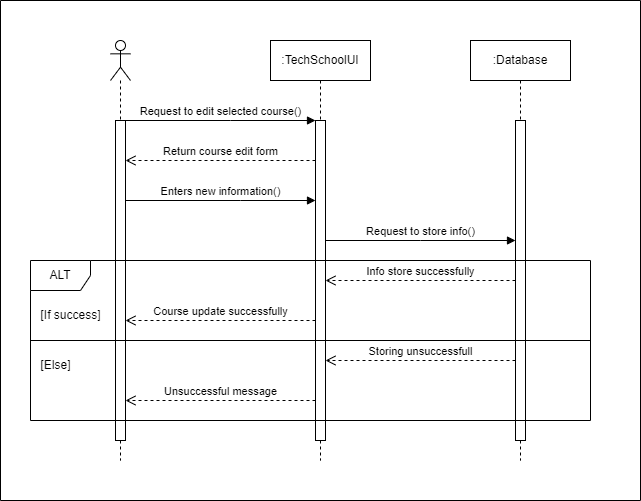
This is Materials/Sequence Diagrams/SD_Edit Course.png from iprosenjitp/Tech-School, a draw.io export, as it was before one commit. Source tidied: cells renumbered, new cells last; positions are measured from the earlier drawing's top-left corner, leaving out a move shared by most shapes. Source of this version:
```xml
<mxGraphModel background="#ffffff">
  <root>
    <mxCell id="0" />
    <mxCell id="1" parent="0" />
    <mxCell id="2" style="shape=umlLifeline;perimeter=lifelinePerimeter;whiteSpace=wrap;html=1;newEdgeStyle={&quot;curved&quot;:0,&quot;rounded&quot;:0};participant=umlActor;" parent="1" vertex="1">
      <mxGeometry x="110" y="40" width="20" height="420" as="geometry" />
    </mxCell>
    <mxCell id="3" style="html=1;points=[[0,0,0,0,5],[0,1,0,0,-5],[1,0,0,0,5],[1,1,0,0,-5]];perimeter=orthogonalPerimeter;outlineConnect=0;targetShapes=umlLifeline;portConstraint=eastwest;newEdgeStyle={&quot;curved&quot;:0,&quot;rounded&quot;:0};" parent="2" vertex="1">
      <mxGeometry x="5" y="80" width="10" height="320" as="geometry" />
    </mxCell>
    <mxCell id="4" value=":TechSchoolUI" style="shape=umlLifeline;perimeter=lifelinePerimeter;whiteSpace=wrap;html=1;newEdgeStyle={&quot;curved&quot;:0,&quot;rounded&quot;:0};" parent="1" vertex="1">
      <mxGeometry x="270" y="40" width="100" height="420" as="geometry" />
    </mxCell>
    <mxCell id="5" style="html=1;points=[[0,0,0,0,5],[0,1,0,0,-5],[1,0,0,0,5],[1,1,0,0,-5]];perimeter=orthogonalPerimeter;outlineConnect=0;targetShapes=umlLifeline;portConstraint=eastwest;newEdgeStyle={&quot;curved&quot;:0,&quot;rounded&quot;:0};" parent="4" vertex="1">
      <mxGeometry x="45" y="80" width="10" height="320" as="geometry" />
    </mxCell>
    <mxCell id="6" value=":Database" style="shape=umlLifeline;perimeter=lifelinePerimeter;whiteSpace=wrap;html=1;newEdgeStyle={&quot;curved&quot;:0,&quot;rounded&quot;:0};" parent="1" vertex="1">
      <mxGeometry x="470" y="40" width="100" height="420" as="geometry" />
    </mxCell>
    <mxCell id="7" style="html=1;points=[[0,0,0,0,5],[0,1,0,0,-5],[1,0,0,0,5],[1,1,0,0,-5]];perimeter=orthogonalPerimeter;outlineConnect=0;targetShapes=umlLifeline;portConstraint=eastwest;newEdgeStyle={&quot;curved&quot;:0,&quot;rounded&quot;:0};" parent="6" vertex="1">
      <mxGeometry x="45" y="80" width="10" height="320" as="geometry" />
    </mxCell>
    <mxCell id="8" value="Request to edit selected course()" style="html=1;verticalAlign=bottom;endArrow=block;curved=0;rounded=0;" parent="1" edge="1" source="3" target="5">
      <mxGeometry relative="1" as="geometry">
        <Array as="points">
          <mxPoint x="230" y="120" />
        </Array>
      </mxGeometry>
    </mxCell>
    <mxCell id="9" value="Return course edit form" style="html=1;verticalAlign=bottom;endArrow=open;dashed=1;endSize=8;curved=0;rounded=0;" parent="1" edge="1" source="5" target="3">
      <mxGeometry relative="1" as="geometry">
        <Array as="points">
          <mxPoint x="220" y="160" />
        </Array>
      </mxGeometry>
    </mxCell>
    <mxCell id="10" value="Enters new information()" style="html=1;verticalAlign=bottom;endArrow=block;curved=0;rounded=0;" parent="1" edge="1" source="3" target="5">
      <mxGeometry relative="1" as="geometry">
        <Array as="points">
          <mxPoint x="240" y="200" />
        </Array>
      </mxGeometry>
    </mxCell>
    <mxCell id="11" value="Request to store info()" style="html=1;verticalAlign=bottom;endArrow=block;curved=0;rounded=0;" parent="1" edge="1" source="5" target="7">
      <mxGeometry relative="1" as="geometry">
        <Array as="points">
          <mxPoint x="420" y="240" />
        </Array>
      </mxGeometry>
    </mxCell>
    <mxCell id="12" value="ALT" style="shape=umlFrame;whiteSpace=wrap;html=1;" parent="1" vertex="1">
      <mxGeometry x="30" y="260" width="560" height="160" as="geometry" />
    </mxCell>
    <mxCell id="13" value="Info store successfully" style="html=1;verticalAlign=bottom;endArrow=open;dashed=1;endSize=8;curved=0;rounded=0;" parent="1" edge="1" source="7" target="5">
      <mxGeometry relative="1" as="geometry">
        <Array as="points">
          <mxPoint x="420" y="280" />
        </Array>
      </mxGeometry>
    </mxCell>
    <mxCell id="14" value="Course update successfully" style="html=1;verticalAlign=bottom;endArrow=open;dashed=1;endSize=8;curved=0;rounded=0;" parent="1" edge="1" source="5" target="3">
      <mxGeometry relative="1" as="geometry">
        <Array as="points">
          <mxPoint x="220" y="320" />
        </Array>
      </mxGeometry>
    </mxCell>
    <mxCell id="15" value="Storing unsuccessfull" style="html=1;verticalAlign=bottom;endArrow=open;dashed=1;endSize=8;curved=0;rounded=0;" parent="1" edge="1">
      <mxGeometry relative="1" as="geometry">
        <mxPoint x="515" y="360" as="sourcePoint" />
        <mxPoint x="325" y="360" as="targetPoint" />
      </mxGeometry>
    </mxCell>
    <mxCell id="16" value="Unsuccessful message" style="html=1;verticalAlign=bottom;endArrow=open;dashed=1;endSize=8;curved=0;rounded=0;" parent="1" edge="1" source="5" target="3">
      <mxGeometry relative="1" as="geometry">
        <Array as="points">
          <mxPoint x="220" y="400" />
        </Array>
      </mxGeometry>
    </mxCell>
    <mxCell id="17" style="swimlane;startSize=0;" parent="1" vertex="1">
      <mxGeometry width="640" height="500" as="geometry" />
    </mxCell>
    <mxCell id="18" value="[If success]" style="text;html=1;align=center;verticalAlign=middle;strokeColor=none;fillColor=none;" parent="17" vertex="1">
      <mxGeometry x="30" y="300" width="80" height="30" as="geometry" />
    </mxCell>
    <mxCell id="19" value="[Else]" style="text;html=1;align=center;verticalAlign=middle;strokeColor=none;fillColor=none;" parent="17" vertex="1">
      <mxGeometry x="30" y="350" width="50" height="30" as="geometry" />
    </mxCell>
    <mxCell id="20" style="line;strokeWidth=1;fillColor=none;align=left;verticalAlign=middle;spacingTop=-1;spacingLeft=3;spacingRight=3;labelPosition=right;strokeColor=inherit;" parent="1" vertex="1">
      <mxGeometry x="30" y="336" width="560" height="8" as="geometry" />
    </mxCell>
  </root>
</mxGraphModel>
```
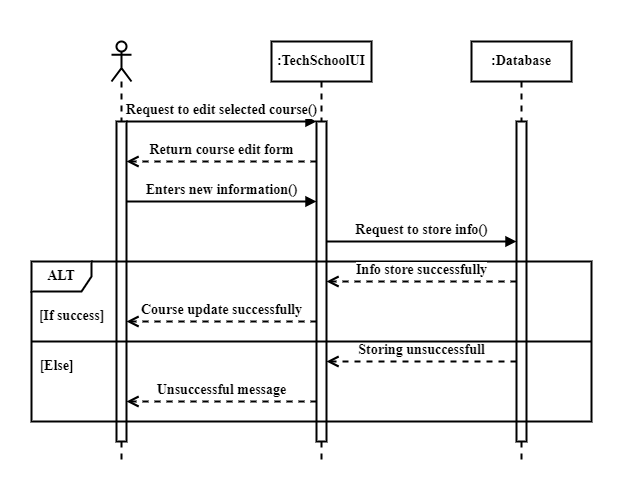
Above is the later version.

What changed in the source:
```diff
@@ -2,92 +2,92 @@
   <root>
     <mxCell id="0" />
     <mxCell id="1" parent="0" />
-    <mxCell id="2" style="shape=umlLifeline;perimeter=lifelinePerimeter;whiteSpace=wrap;html=1;newEdgeStyle={&quot;curved&quot;:0,&quot;rounded&quot;:0};participant=umlActor;" parent="1" vertex="1">
+    <mxCell id="2" style="shape=umlLifeline;perimeter=lifelinePerimeter;whiteSpace=wrap;html=1;newEdgeStyle={&quot;curved&quot;:0,&quot;rounded&quot;:0};participant=umlActor;strokeWidth=2;fontStyle=1;fontFamily=Times New Roman;fontSize=14;" parent="1" vertex="1">
       <mxGeometry x="110" y="40" width="20" height="420" as="geometry" />
     </mxCell>
-    <mxCell id="3" style="html=1;points=[[0,0,0,0,5],[0,1,0,0,-5],[1,0,0,0,5],[1,1,0,0,-5]];perimeter=orthogonalPerimeter;outlineConnect=0;targetShapes=umlLifeline;portConstraint=eastwest;newEdgeStyle={&quot;curved&quot;:0,&quot;rounded&quot;:0};" parent="2" vertex="1">
+    <mxCell id="3" style="html=1;points=[[0,0,0,0,5],[0,1,0,0,-5],[1,0,0,0,5],[1,1,0,0,-5]];perimeter=orthogonalPerimeter;outlineConnect=0;targetShapes=umlLifeline;portConstraint=eastwest;newEdgeStyle={&quot;curved&quot;:0,&quot;rounded&quot;:0};strokeWidth=2;fontStyle=1;fontFamily=Times New Roman;fontSize=14;" parent="2" vertex="1">
       <mxGeometry x="5" y="80" width="10" height="320" as="geometry" />
     </mxCell>
-    <mxCell id="4" value=":TechSchoolUI" style="shape=umlLifeline;perimeter=lifelinePerimeter;whiteSpace=wrap;html=1;newEdgeStyle={&quot;curved&quot;:0,&quot;rounded&quot;:0};" parent="1" vertex="1">
+    <mxCell id="4" value=":TechSchoolUI" style="shape=umlLifeline;perimeter=lifelinePerimeter;whiteSpace=wrap;html=1;newEdgeStyle={&quot;curved&quot;:0,&quot;rounded&quot;:0};strokeWidth=2;fontStyle=1;fontFamily=Times New Roman;fontSize=14;" parent="1" vertex="1">
       <mxGeometry x="270" y="40" width="100" height="420" as="geometry" />
     </mxCell>
-    <mxCell id="5" style="html=1;points=[[0,0,0,0,5],[0,1,0,0,-5],[1,0,0,0,5],[1,1,0,0,-5]];perimeter=orthogonalPerimeter;outlineConnect=0;targetShapes=umlLifeline;portConstraint=eastwest;newEdgeStyle={&quot;curved&quot;:0,&quot;rounded&quot;:0};" parent="4" vertex="1">
+    <mxCell id="5" style="html=1;points=[[0,0,0,0,5],[0,1,0,0,-5],[1,0,0,0,5],[1,1,0,0,-5]];perimeter=orthogonalPerimeter;outlineConnect=0;targetShapes=umlLifeline;portConstraint=eastwest;newEdgeStyle={&quot;curved&quot;:0,&quot;rounded&quot;:0};strokeWidth=2;fontStyle=1;fontFamily=Times New Roman;fontSize=14;" parent="4" vertex="1">
       <mxGeometry x="45" y="80" width="10" height="320" as="geometry" />
     </mxCell>
-    <mxCell id="6" value=":Database" style="shape=umlLifeline;perimeter=lifelinePerimeter;whiteSpace=wrap;html=1;newEdgeStyle={&quot;curved&quot;:0,&quot;rounded&quot;:0};" parent="1" vertex="1">
+    <mxCell id="6" value=":Database" style="shape=umlLifeline;perimeter=lifelinePerimeter;whiteSpace=wrap;html=1;newEdgeStyle={&quot;curved&quot;:0,&quot;rounded&quot;:0};strokeWidth=2;fontStyle=1;fontFamily=Times New Roman;fontSize=14;" parent="1" vertex="1">
       <mxGeometry x="470" y="40" width="100" height="420" as="geometry" />
     </mxCell>
-    <mxCell id="7" style="html=1;points=[[0,0,0,0,5],[0,1,0,0,-5],[1,0,0,0,5],[1,1,0,0,-5]];perimeter=orthogonalPerimeter;outlineConnect=0;targetShapes=umlLifeline;portConstraint=eastwest;newEdgeStyle={&quot;curved&quot;:0,&quot;rounded&quot;:0};" parent="6" vertex="1">
+    <mxCell id="7" style="html=1;points=[[0,0,0,0,5],[0,1,0,0,-5],[1,0,0,0,5],[1,1,0,0,-5]];perimeter=orthogonalPerimeter;outlineConnect=0;targetShapes=umlLifeline;portConstraint=eastwest;newEdgeStyle={&quot;curved&quot;:0,&quot;rounded&quot;:0};strokeWidth=2;fontStyle=1;fontFamily=Times New Roman;fontSize=14;" parent="6" vertex="1">
       <mxGeometry x="45" y="80" width="10" height="320" as="geometry" />
     </mxCell>
-    <mxCell id="8" value="Request to edit selected course()" style="html=1;verticalAlign=bottom;endArrow=block;curved=0;rounded=0;" parent="1" edge="1" source="3" target="5">
+    <mxCell id="8" value="Request to edit selected course()" style="html=1;verticalAlign=bottom;endArrow=block;curved=0;rounded=0;strokeWidth=2;fontStyle=1;fontFamily=Times New Roman;fontSize=14;" parent="1" edge="1" source="3" target="5">
       <mxGeometry relative="1" as="geometry">
         <Array as="points">
           <mxPoint x="230" y="120" />
         </Array>
       </mxGeometry>
     </mxCell>
-    <mxCell id="9" value="Return course edit form" style="html=1;verticalAlign=bottom;endArrow=open;dashed=1;endSize=8;curved=0;rounded=0;" parent="1" edge="1" source="5" target="3">
+    <mxCell id="9" value="Return course edit form" style="html=1;verticalAlign=bottom;endArrow=open;dashed=1;endSize=8;curved=0;rounded=0;strokeWidth=2;fontStyle=1;fontFamily=Times New Roman;fontSize=14;" parent="1" edge="1" source="5" target="3">
       <mxGeometry relative="1" as="geometry">
         <Array as="points">
           <mxPoint x="220" y="160" />
         </Array>
       </mxGeometry>
     </mxCell>
-    <mxCell id="10" value="Enters new information()" style="html=1;verticalAlign=bottom;endArrow=block;curved=0;rounded=0;" parent="1" edge="1" source="3" target="5">
+    <mxCell id="10" value="Enters new information()" style="html=1;verticalAlign=bottom;endArrow=block;curved=0;rounded=0;strokeWidth=2;fontStyle=1;fontFamily=Times New Roman;fontSize=14;" parent="1" edge="1" source="3" target="5">
       <mxGeometry relative="1" as="geometry">
         <Array as="points">
           <mxPoint x="240" y="200" />
         </Array>
       </mxGeometry>
     </mxCell>
-    <mxCell id="11" value="Request to store info()" style="html=1;verticalAlign=bottom;endArrow=block;curved=0;rounded=0;" parent="1" edge="1" source="5" target="7">
+    <mxCell id="11" value="Request to store info()" style="html=1;verticalAlign=bottom;endArrow=block;curved=0;rounded=0;strokeWidth=2;fontStyle=1;fontFamily=Times New Roman;fontSize=14;" parent="1" edge="1" source="5" target="7">
       <mxGeometry relative="1" as="geometry">
         <Array as="points">
           <mxPoint x="420" y="240" />
         </Array>
       </mxGeometry>
     </mxCell>
-    <mxCell id="12" value="ALT" style="shape=umlFrame;whiteSpace=wrap;html=1;" parent="1" vertex="1">
+    <mxCell id="12" value="ALT" style="shape=umlFrame;whiteSpace=wrap;html=1;strokeWidth=2;fontStyle=1;fontFamily=Times New Roman;fontSize=14;" parent="1" vertex="1">
       <mxGeometry x="30" y="260" width="560" height="160" as="geometry" />
     </mxCell>
-    <mxCell id="13" value="Info store successfully" style="html=1;verticalAlign=bottom;endArrow=open;dashed=1;endSize=8;curved=0;rounded=0;" parent="1" edge="1" source="7" target="5">
+    <mxCell id="13" value="Info store successfully" style="html=1;verticalAlign=bottom;endArrow=open;dashed=1;endSize=8;curved=0;rounded=0;strokeWidth=2;fontStyle=1;fontFamily=Times New Roman;fontSize=14;" parent="1" edge="1" source="7" target="5">
       <mxGeometry relative="1" as="geometry">
         <Array as="points">
           <mxPoint x="420" y="280" />
         </Array>
       </mxGeometry>
     </mxCell>
-    <mxCell id="14" value="Course update successfully" style="html=1;verticalAlign=bottom;endArrow=open;dashed=1;endSize=8;curved=0;rounded=0;" parent="1" edge="1" source="5" target="3">
+    <mxCell id="14" value="Course update successfully" style="html=1;verticalAlign=bottom;endArrow=open;dashed=1;endSize=8;curved=0;rounded=0;strokeWidth=2;fontStyle=1;fontFamily=Times New Roman;fontSize=14;" parent="1" edge="1" source="5" target="3">
       <mxGeometry relative="1" as="geometry">
         <Array as="points">
           <mxPoint x="220" y="320" />
         </Array>
       </mxGeometry>
     </mxCell>
-    <mxCell id="15" value="Storing unsuccessfull" style="html=1;verticalAlign=bottom;endArrow=open;dashed=1;endSize=8;curved=0;rounded=0;" parent="1" edge="1">
+    <mxCell id="15" value="Storing unsuccessfull" style="html=1;verticalAlign=bottom;endArrow=open;dashed=1;endSize=8;curved=0;rounded=0;strokeWidth=2;fontStyle=1;fontFamily=Times New Roman;fontSize=14;" parent="1" edge="1">
       <mxGeometry relative="1" as="geometry">
         <mxPoint x="515" y="360" as="sourcePoint" />
         <mxPoint x="325" y="360" as="targetPoint" />
       </mxGeometry>
     </mxCell>
-    <mxCell id="16" value="Unsuccessful message" style="html=1;verticalAlign=bottom;endArrow=open;dashed=1;endSize=8;curved=0;rounded=0;" parent="1" edge="1" source="5" target="3">
+    <mxCell id="16" value="Unsuccessful message" style="html=1;verticalAlign=bottom;endArrow=open;dashed=1;endSize=8;curved=0;rounded=0;strokeWidth=2;fontStyle=1;fontFamily=Times New Roman;fontSize=14;" parent="1" edge="1" source="5" target="3">
       <mxGeometry relative="1" as="geometry">
         <Array as="points">
           <mxPoint x="220" y="400" />
         </Array>
       </mxGeometry>
     </mxCell>
-    <mxCell id="17" style="swimlane;startSize=0;" parent="1" vertex="1">
+    <mxCell id="17" style="swimlane;startSize=0;strokeWidth=2;fontStyle=1;fontFamily=Times New Roman;fontSize=14;strokeColor=#FFFFFF;" parent="1" vertex="1">
       <mxGeometry width="640" height="500" as="geometry" />
     </mxCell>
-    <mxCell id="18" value="[If success]" style="text;html=1;align=center;verticalAlign=middle;strokeColor=none;fillColor=none;" parent="17" vertex="1">
-      <mxGeometry x="30" y="300" width="80" height="30" as="geometry" />
+    <mxCell id="18" value="[If success]" style="text;html=1;align=center;verticalAlign=middle;strokeColor=none;fillColor=none;strokeWidth=2;fontStyle=1;fontFamily=Times New Roman;fontSize=14;" parent="17" vertex="1">
+      <mxGeometry x="25" y="300" width="90" height="30" as="geometry" />
     </mxCell>
-    <mxCell id="19" value="[Else]" style="text;html=1;align=center;verticalAlign=middle;strokeColor=none;fillColor=none;" parent="17" vertex="1">
-      <mxGeometry x="30" y="350" width="50" height="30" as="geometry" />
+    <mxCell id="19" value="[Else]" style="text;html=1;align=center;verticalAlign=middle;strokeColor=none;fillColor=none;strokeWidth=2;fontStyle=1;fontFamily=Times New Roman;fontSize=14;" parent="17" vertex="1">
+      <mxGeometry x="25" y="350" width="60" height="30" as="geometry" />
     </mxCell>
-    <mxCell id="20" style="line;strokeWidth=1;fillColor=none;align=left;verticalAlign=middle;spacingTop=-1;spacingLeft=3;spacingRight=3;labelPosition=right;strokeColor=inherit;" parent="1" vertex="1">
+    <mxCell id="20" style="line;strokeWidth=2;fillColor=none;align=left;verticalAlign=middle;spacingTop=-1;spacingLeft=3;spacingRight=3;labelPosition=right;strokeColor=inherit;fontStyle=1;fontFamily=Times New Roman;fontSize=14;" parent="1" vertex="1">
       <mxGeometry x="30" y="336" width="560" height="8" as="geometry" />
     </mxCell>
   </root>
```
